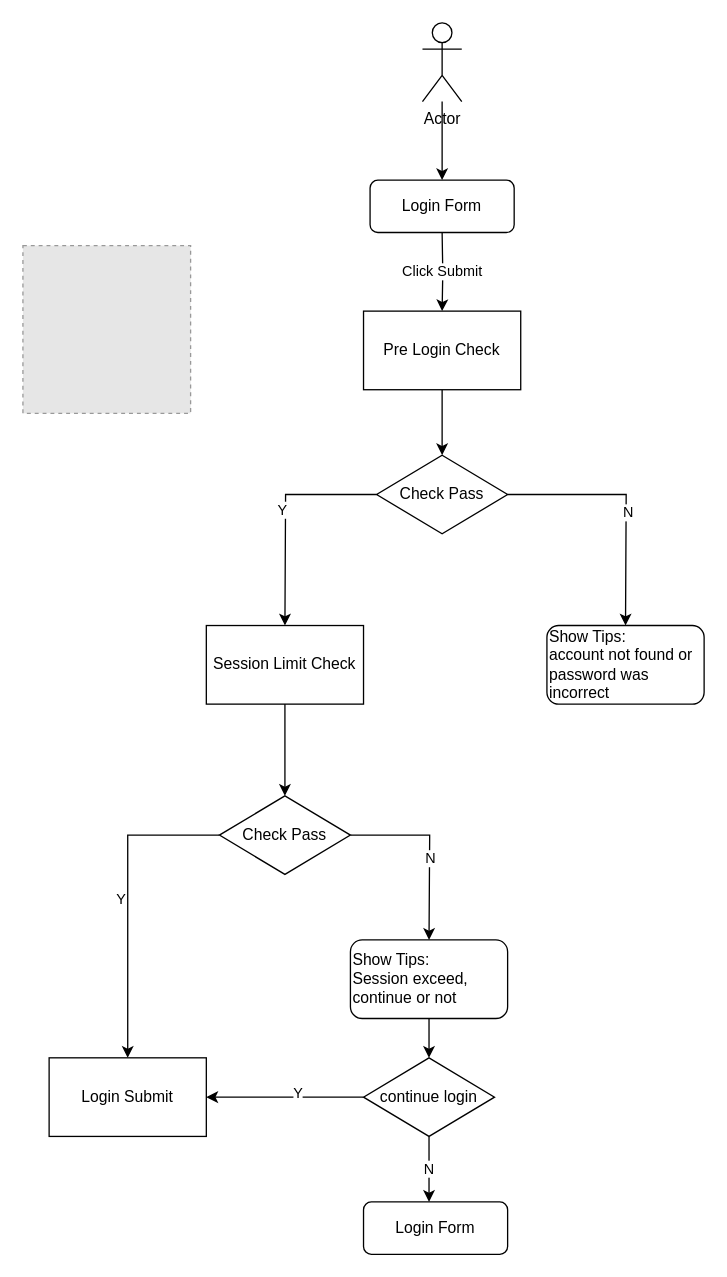
yindongjun/gangzhang.github.io keeps this draw.io diagram as Pre Login.drawio. Above is the earlier version. Source tidied: cells renumbered, new cells numbered last; positions are measured from the earlier drawing's top-left corner, leaving out a move shared by most shapes. Both pictures are drawn from the tidied source at 131%, with x=0, y=0 at pixel (22, 22). Pictures stored in the file or linked from it are replaced by grey dashed boxes.
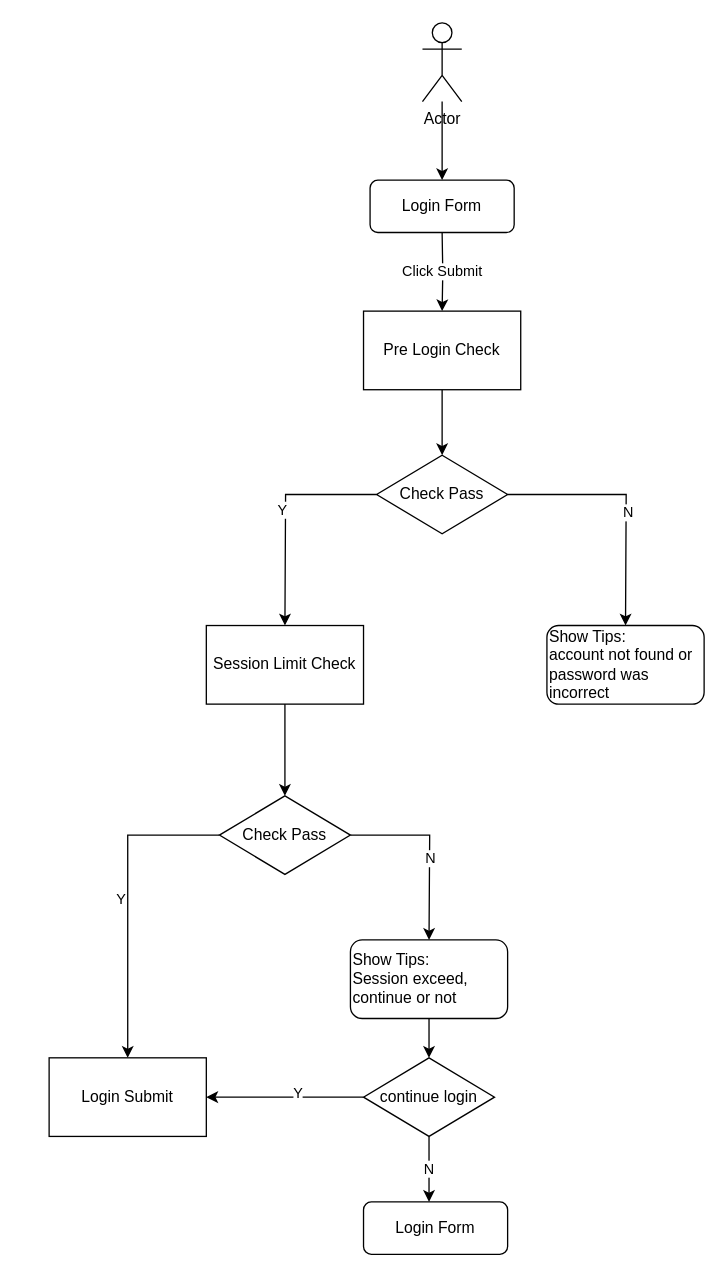
The same diagram, later.

The edit, as a diff of the source:
```diff
@@
-    <mxCell id="7" style="fillColor=#E6E6E6;strokeColor=#999999;dashed=1;html=1;verticalAlign=top;verticalLabelPosition=bottom;labelBackgroundColor=#ffffff;" parent="1" vertex="1">
-      <mxGeometry y="170" width="128" height="128" as="geometry" />
-    </mxCell>
```
